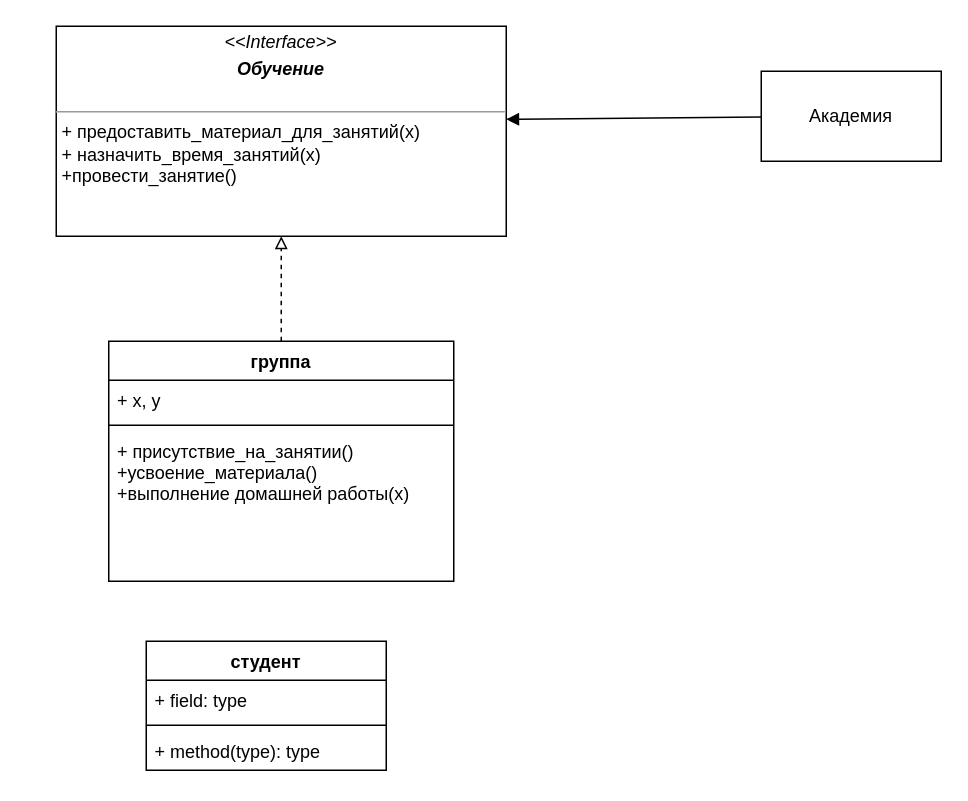
EkaterinaZhirnova92/UML keeps this draw.io diagram as компоновщик.drawio. Above is the earlier version. Source tidied: cells renumbered, new cells numbered last; positions are measured from the earlier drawing's top-left corner, leaving out a move shared by most shapes. Both pictures are drawn from the tidied source at 150%, with x=0, y=0 at pixel (56, 26).
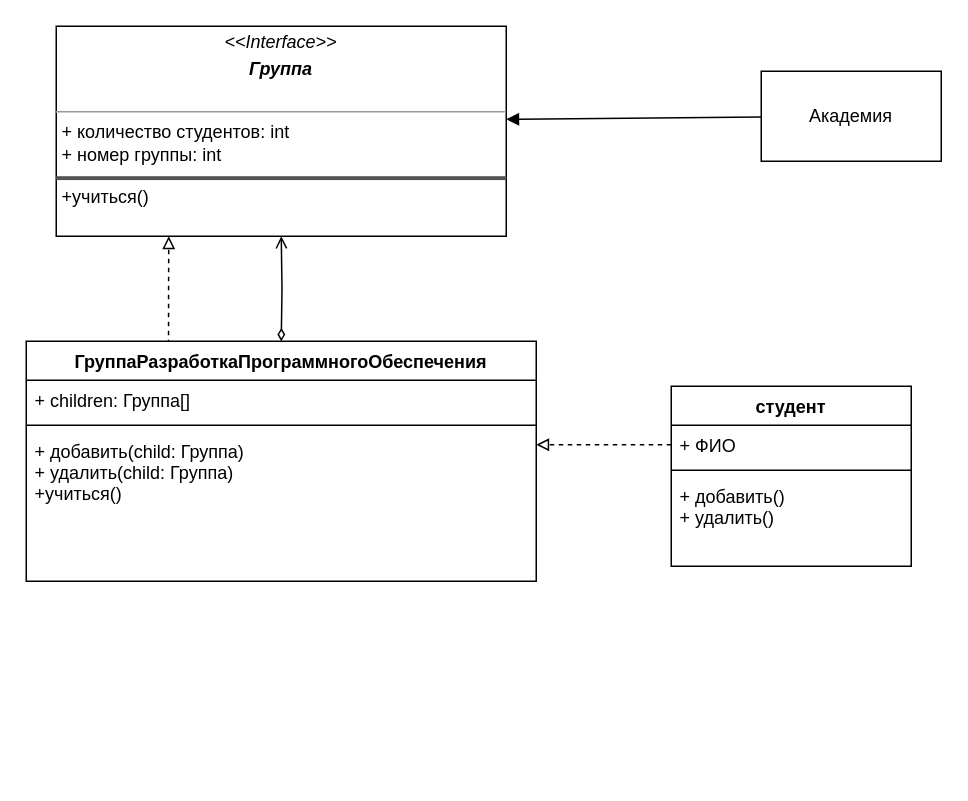
Above is the later version.

Change to the diagram source:
```diff
@@
 <mxGraphModel>
   <root>
     <mxCell id="0" />
     <mxCell id="1" parent="0" />
     <mxCell id="2" value="Академия" style="rounded=0;whiteSpace=wrap;html=1;" parent="1" vertex="1">
       <mxGeometry x="470" y="30" width="120" height="60" as="geometry" />
     </mxCell>
+    <mxCell id="14" style="edgeStyle=orthogonalEdgeStyle;rounded=0;jettySize=auto;html=1;exitX=0.279;exitY=0.013;exitDx=0;exitDy=0;startArrow=none;startFill=0;endArrow=block;endFill=0;exitPerimeter=0;entryX=0.25;entryY=1;entryDx=0;entryDy=0;dashed=1;" parent="1" edge="1" source="16" target="3">
+      <mxGeometry relative="1" as="geometry" />
+    </mxCell>
-    <mxCell id="3" value="&lt;p style=&quot;margin:0px;margin-top:4px;text-align:center;&quot;&gt;&lt;i&gt;&amp;lt;&amp;lt;Interface&amp;gt;&amp;gt;&lt;/i&gt;&lt;br&gt;&lt;/p&gt;&lt;p style=&quot;margin:0px;margin-top:4px;text-align:center;&quot;&gt;&lt;i&gt;&lt;b&gt;Обучение&lt;/b&gt;&lt;/i&gt;&lt;/p&gt;&lt;p style=&quot;margin:0px;margin-left:4px;&quot;&gt;&lt;br&gt;&lt;/p&gt;&lt;hr size=&quot;1&quot;&gt;&lt;p style=&quot;margin:0px;margin-left:4px;&quot;&gt;+ предоставить_материал_для_занятий(x)&lt;br&gt;+ назначить_время_занятий(x)&lt;/p&gt;&lt;p style=&quot;margin:0px;margin-left:4px;&quot;&gt;+провести_занятие()&lt;/p&gt;&lt;p style=&quot;margin:0px;margin-left:4px;&quot;&gt;&lt;br&gt;&lt;/p&gt;" style="verticalAlign=top;align=left;overflow=fill;fontSize=12;fontFamily=Helvetica;html=1;" parent="1" vertex="1">
+    <mxCell id="3" value="&lt;p style=&quot;margin:0px;margin-top:4px;text-align:center;&quot;&gt;&lt;i&gt;&amp;lt;&amp;lt;Interface&amp;gt;&amp;gt;&lt;/i&gt;&lt;br&gt;&lt;/p&gt;&lt;p style=&quot;margin:0px;margin-top:4px;text-align:center;&quot;&gt;&lt;b&gt;&lt;i&gt;Группа&lt;/i&gt;&lt;/b&gt;&lt;/p&gt;&lt;p style=&quot;margin:0px;margin-left:4px;&quot;&gt;&lt;br&gt;&lt;/p&gt;&lt;hr size=&quot;1&quot;&gt;&lt;p style=&quot;margin:0px;margin-left:4px;&quot;&gt;+ количество студентов: int&lt;/p&gt;&lt;p style=&quot;margin:0px;margin-left:4px;&quot;&gt;+ номер группы: int&lt;/p&gt;&lt;p style=&quot;margin:0px;margin-left:4px;&quot;&gt;&lt;br&gt;&lt;/p&gt;&lt;p style=&quot;margin:0px;margin-left:4px;&quot;&gt;+учиться()&lt;/p&gt;" style="verticalAlign=top;align=left;overflow=fill;fontSize=12;fontFamily=Helvetica;html=1;" parent="1" vertex="1">
       <mxGeometry width="300" height="140" as="geometry" />
     </mxCell>
-    <mxCell id="4" style="edgeStyle=orthogonalEdgeStyle;rounded=0;jettySize=auto;html=1;exitX=0.5;exitY=0;exitDx=0;exitDy=0;entryX=0.5;entryY=1;entryDx=0;entryDy=0;dashed=1;endArrow=block;endFill=0;" parent="1" edge="1" source="5" target="3">
-      <mxGeometry relative="1" as="geometry" />
+    <mxCell id="4" style="edgeStyle=orthogonalEdgeStyle;rounded=0;jettySize=auto;html=1;exitX=0.5;exitY=0;exitDx=0;exitDy=0;entryX=0.5;entryY=1;entryDx=0;entryDy=0;endArrow=open;endFill=0;startArrow=diamondThin;startFill=0;" parent="1" edge="1" target="3">
+      <mxGeometry relative="1" as="geometry">
+        <mxPoint x="150" y="210" as="sourcePoint" />
+      </mxGeometry>
     </mxCell>
-    <mxCell id="5" value="группа" style="swimlane;fontStyle=1;align=center;verticalAlign=top;horizontal=1;startSize=26;" parent="1" vertex="1">
-      <mxGeometry x="35" y="210" width="230" height="160" as="geometry" />
-    </mxCell>
-    <mxCell id="6" value="+ x, y" style="text;strokeColor=none;fillColor=none;align=left;verticalAlign=top;spacingLeft=4;spacingRight=4;overflow=hidden;" parent="5" vertex="1">
-      <mxGeometry y="26" width="230" height="26" as="geometry" />
-    </mxCell>
-    <mxCell id="7" style="line;strokeWidth=1;fillColor=none;align=left;verticalAlign=middle;spacingTop=-1;spacingLeft=3;spacingRight=3;labelPosition=right;strokeColor=inherit;" parent="5" vertex="1">
-      <mxGeometry y="52" width="230" height="8" as="geometry" />
-    </mxCell>
-    <mxCell id="8" value="+ присутствие_на_занятии()&#10;+усвоение_материала()&#10;+выполнение домашней работы(x)" style="text;strokeColor=none;fillColor=none;align=left;verticalAlign=top;spacingLeft=4;spacingRight=4;overflow=hidden;" parent="5" vertex="1">
-      <mxGeometry y="60" width="230" height="100" as="geometry" />
-    </mxCell>
     <mxCell id="9" style="html=1;verticalAlign=bottom;labelBackgroundColor=none;endArrow=block;endFill=1;rounded=0;entryX=1;entryY=0.443;entryDx=0;entryDy=0;entryPerimeter=0;" parent="1" edge="1" source="2" target="3">
       <mxGeometry relative="1" as="geometry" />
     </mxCell>
     <mxCell id="10" value="студент" style="swimlane;fontStyle=1;align=center;verticalAlign=top;horizontal=1;startSize=26;" parent="1" vertex="1">
-      <mxGeometry x="60" y="410" width="160" height="86" as="geometry" />
+      <mxGeometry x="410" y="240" width="160" height="120" as="geometry" />
     </mxCell>
-    <mxCell id="11" value="+ field: type" style="text;strokeColor=none;fillColor=none;align=left;verticalAlign=top;spacingLeft=4;spacingRight=4;overflow=hidden;points=[[0,0.5],[1,0.5]];portConstraint=eastwest;" parent="10" vertex="1">
+    <mxCell id="11" value="+ ФИО" style="text;strokeColor=none;fillColor=none;align=left;verticalAlign=top;spacingLeft=4;spacingRight=4;overflow=hidden;points=[[0,0.5],[1,0.5]];portConstraint=eastwest;" parent="10" vertex="1">
       <mxGeometry y="26" width="160" height="26" as="geometry" />
     </mxCell>
     <mxCell id="12" style="line;strokeWidth=1;fillColor=none;align=left;verticalAlign=middle;spacingTop=-1;spacingLeft=3;spacingRight=3;labelPosition=right;strokeColor=inherit;" parent="10" vertex="1">
       <mxGeometry y="52" width="160" height="8" as="geometry" />
     </mxCell>
-    <mxCell id="13" value="+ method(type): type" style="text;strokeColor=none;fillColor=none;align=left;verticalAlign=top;spacingLeft=4;spacingRight=4;overflow=hidden;" parent="10" vertex="1">
-      <mxGeometry y="60" width="160" height="26" as="geometry" />
+    <mxCell id="13" value="+ добавить()&#10;+ удалить()" style="text;strokeColor=none;fillColor=none;align=left;verticalAlign=top;spacingLeft=4;spacingRight=4;overflow=hidden;" parent="10" vertex="1">
+      <mxGeometry y="60" width="160" height="60" as="geometry" />
     </mxCell>
+    <mxCell id="15" style="html=1;perimeter=orthogonalPerimeter;fillColor=strokeColor;direction=south;strokeWidth=0;strokeColor=#555353;" parent="1" vertex="1">
+      <mxGeometry y="100" width="300" height="2.5" as="geometry" />
+    </mxCell>
+    <mxCell id="16" value="ГруппаРазработкаПрограммногоОбеспечения" style="swimlane;fontStyle=1;align=center;verticalAlign=top;horizontal=1;startSize=26;" parent="1" vertex="1">
+      <mxGeometry x="-20" y="210" width="340" height="160" as="geometry" />
+    </mxCell>
+    <mxCell id="17" value="+ children: Группа[]" style="text;strokeColor=none;fillColor=none;align=left;verticalAlign=top;spacingLeft=4;spacingRight=4;overflow=hidden;" parent="16" vertex="1">
+      <mxGeometry y="26" width="340" height="26" as="geometry" />
+    </mxCell>
+    <mxCell id="18" style="line;strokeWidth=1;fillColor=none;align=left;verticalAlign=middle;spacingTop=-1;spacingLeft=3;spacingRight=3;labelPosition=right;strokeColor=inherit;" parent="16" vertex="1">
+      <mxGeometry y="52" width="340" height="8" as="geometry" />
+    </mxCell>
+    <mxCell id="19" value="+ добавить(child: Группа)&#10;+ удалить(child: Группа)&#10;+учиться()" style="text;strokeColor=none;fillColor=none;align=left;verticalAlign=top;spacingLeft=4;spacingRight=4;overflow=hidden;points=[[0,0.5],[1,0.5]];portConstraint=eastwest;" parent="16" vertex="1">
+      <mxGeometry y="60" width="340" height="100" as="geometry" />
+    </mxCell>
+    <mxCell id="20" style="edgeStyle=orthogonalEdgeStyle;rounded=0;jettySize=auto;html=1;exitX=0;exitY=0.5;exitDx=0;exitDy=0;entryX=1;entryY=0.09;entryDx=0;entryDy=0;entryPerimeter=0;dashed=1;startArrow=none;startFill=0;endArrow=block;endFill=0;" parent="1" edge="1" source="11" target="19">
+      <mxGeometry relative="1" as="geometry" />
+    </mxCell>
   </root>
 </mxGraphModel>
```
